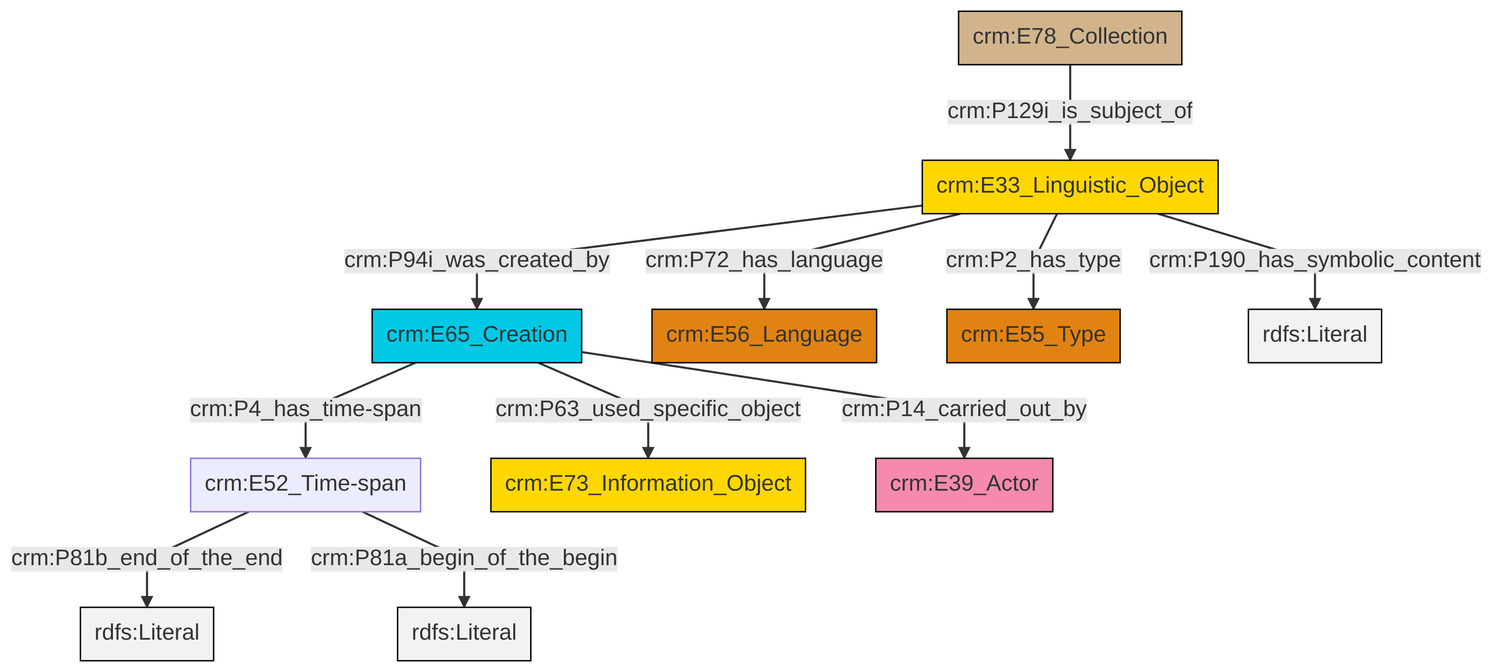
swiss-art-research-net/docs.swissartresearch keeps this Mermaid diagram as et/archivalCSV/ttl/mmd/png/archival_desc.png. Above is the earlier version. Its source is kept beside it as et/archivalCSV/ttl/mmd/archival_desc.ttl.mmd.
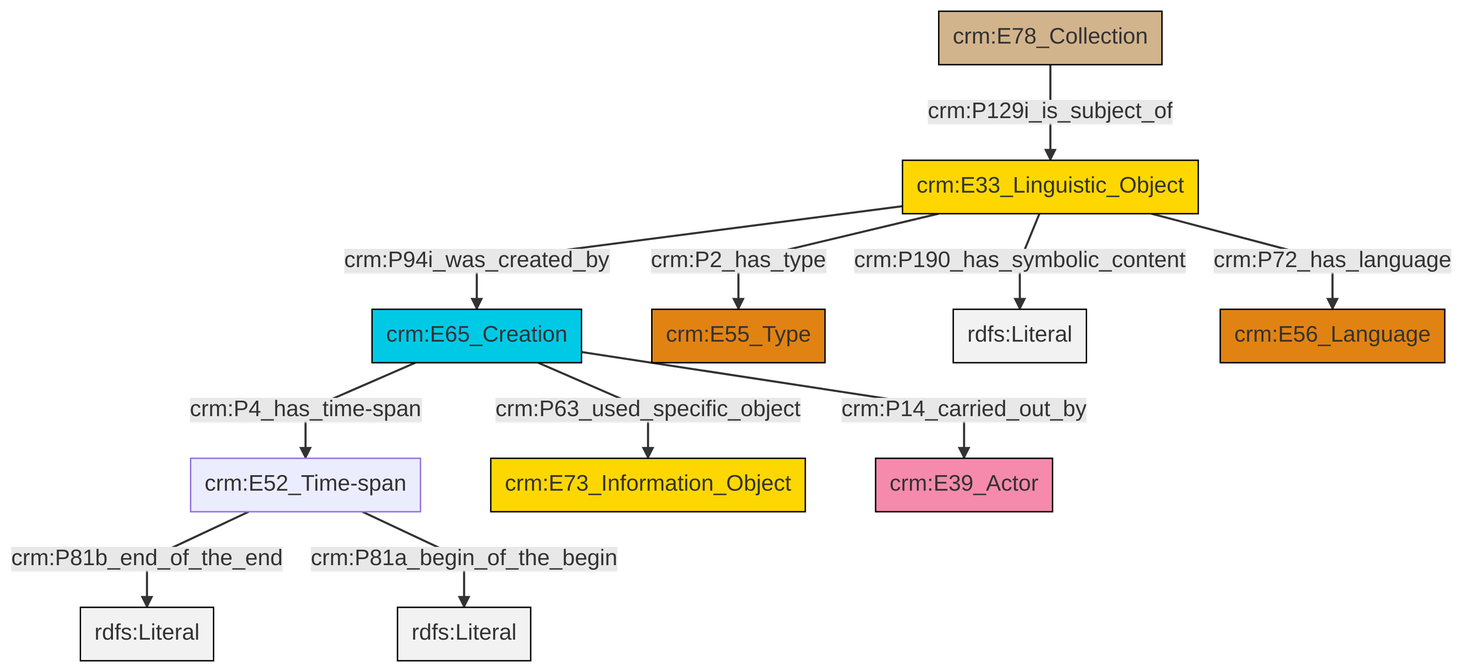
Later version of the same file.

Change to the diagram source:
```diff
@@ -13,13 +13,13 @@
 classDef PC_Classes fill:#4ce600, stroke:#000000;
 classDef Multi fill:#cccccc,stroke:#000000;
 
-0["crm:E65_Creation"]:::Temporal_Entity -->|crm:P4_has_time-span| 1["crm:E52_Time-span"]:::Default
-2["crm:E33_Linguistic_Object"]:::Conceptual_Object -->|crm:P72_has_language| 3["crm:E56_Language"]:::Type
-6["crm:E78_Collection"]:::Physical_Thing -->|crm:P129i_is_subject_of| 2["crm:E33_Linguistic_Object"]:::Conceptual_Object
-1["crm:E52_Time-span"]:::Default -->|crm:P81b_end_of_the_end| 8[rdfs:Literal]:::Literal
-0["crm:E65_Creation"]:::Temporal_Entity -->|crm:P63_used_specific_object| 10["crm:E73_Information_Object"]:::Conceptual_Object
-2["crm:E33_Linguistic_Object"]:::Conceptual_Object -->|crm:P190_has_symbolic_content| 14[rdfs:Literal]:::Literal
-0["crm:E65_Creation"]:::Temporal_Entity -->|crm:P14_carried_out_by| 16["crm:E39_Actor"]:::Actor
-1["crm:E52_Time-span"]:::Default -->|crm:P81a_begin_of_the_begin| 17[rdfs:Literal]:::Literal
-2["crm:E33_Linguistic_Object"]:::Conceptual_Object -->|crm:P94i_was_created_by| 0["crm:E65_Creation"]:::Temporal_Entity
-2["crm:E33_Linguistic_Object"]:::Conceptual_Object -->|crm:P2_has_type| 11["crm:E55_Type"]:::Type
+0["crm:E52_Time-span"]:::Default -->|crm:P81b_end_of_the_end| 1[rdfs:Literal]:::Literal
+2["crm:E65_Creation"]:::Temporal_Entity -->|crm:P63_used_specific_object| 3["crm:E73_Information_Object"]:::Conceptual_Object
+5["crm:E33_Linguistic_Object"]:::Conceptual_Object -->|crm:P2_has_type| 6["crm:E55_Type"]:::Type
+5["crm:E33_Linguistic_Object"]:::Conceptual_Object -->|crm:P94i_was_created_by| 2["crm:E65_Creation"]:::Temporal_Entity
+2["crm:E65_Creation"]:::Temporal_Entity -->|crm:P14_carried_out_by| 7["crm:E39_Actor"]:::Actor
+8["crm:E78_Collection"]:::Physical_Thing -->|crm:P129i_is_subject_of| 5["crm:E33_Linguistic_Object"]:::Conceptual_Object
+0["crm:E52_Time-span"]:::Default -->|crm:P81a_begin_of_the_begin| 9[rdfs:Literal]:::Literal
+5["crm:E33_Linguistic_Object"]:::Conceptual_Object -->|crm:P190_has_symbolic_content| 11[rdfs:Literal]:::Literal
+5["crm:E33_Linguistic_Object"]:::Conceptual_Object -->|crm:P72_has_language| 12["crm:E56_Language"]:::Type
+2["crm:E65_Creation"]:::Temporal_Entity -->|crm:P4_has_time-span| 0["crm:E52_Time-span"]:::Default
```
